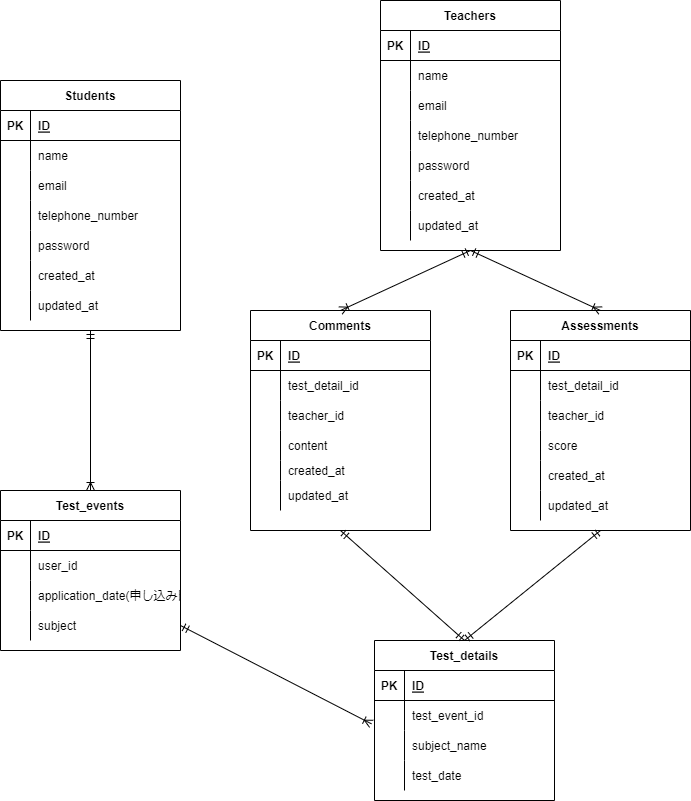
This is 20220710mashita/er3.drawio.png from reth4e/database_practice, a draw.io export, as it was before one commit. Source tidied: cells renumbered, new cells last; positions are measured from the earlier drawing's top-left corner, leaving out a move shared by most shapes.
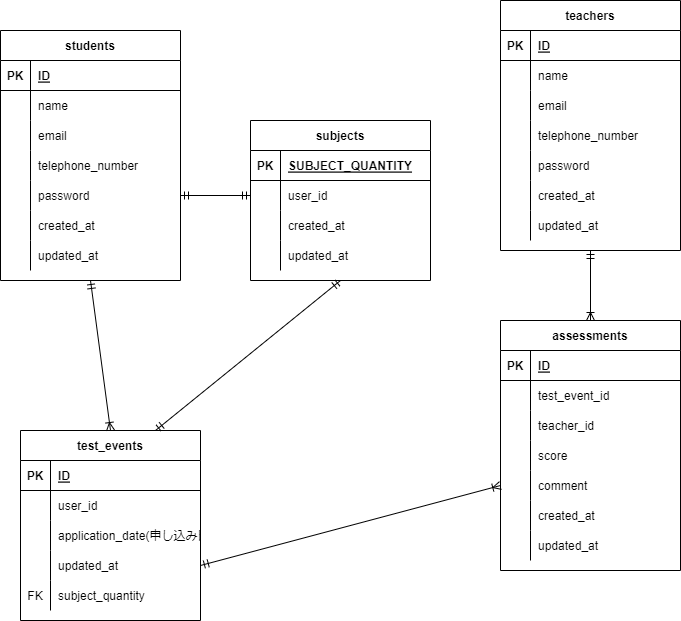
Later version of the same file.

Change to the diagram source:
```diff
@@ -2,8 +2,8 @@
   <root>
     <mxCell id="0" />
     <mxCell id="1" parent="0" />
-    <mxCell id="2" value="Students" style="shape=table;startSize=30;rowLines=0;fontStyle=1;align=center;" parent="1" vertex="1">
-      <mxGeometry y="80" width="180" height="250" as="geometry" />
+    <mxCell id="2" value="students" style="shape=table;startSize=30;rowLines=0;fontStyle=1;align=center;" parent="1" vertex="1">
+      <mxGeometry x="-10" y="30" width="180" height="250" as="geometry" />
     </mxCell>
     <mxCell id="3" style="shape=partialRectangle;fillColor=none;top=0;left=0;bottom=1;right=0;" parent="2" vertex="1">
       <mxGeometry y="30" width="180" height="30" as="geometry" />
@@ -68,8 +68,8 @@
     <mxCell id="23" value="updated_at" style="shape=partialRectangle;fillColor=none;top=0;left=0;bottom=0;right=0;align=left;spacingLeft=6;overflow=hidden;" parent="21" vertex="1">
       <mxGeometry x="30" width="150" height="30" as="geometry" />
     </mxCell>
-    <mxCell id="24" value="Teachers" style="shape=table;startSize=30;rowLines=0;fontStyle=1;align=center;" parent="1" vertex="1">
-      <mxGeometry x="380" width="180" height="250" as="geometry" />
+    <mxCell id="24" value="teachers" style="shape=table;startSize=30;rowLines=0;fontStyle=1;align=center;" parent="1" vertex="1">
+      <mxGeometry x="490" width="180" height="250" as="geometry" />
     </mxCell>
     <mxCell id="25" style="shape=partialRectangle;fillColor=none;top=0;left=0;bottom=1;right=0;" parent="24" vertex="1">
       <mxGeometry y="30" width="180" height="30" as="geometry" />
@@ -134,8 +134,8 @@
     <mxCell id="45" value="updated_at" style="shape=partialRectangle;fillColor=none;top=0;left=0;bottom=0;right=0;align=left;spacingLeft=6;overflow=hidden;" parent="43" vertex="1">
       <mxGeometry x="30" width="150" height="30" as="geometry" />
     </mxCell>
-    <mxCell id="46" value="Test_events" style="shape=table;startSize=30;rowLines=0;fontStyle=1;align=center;" parent="1" vertex="1">
-      <mxGeometry y="490" width="180" height="160" as="geometry" />
+    <mxCell id="46" value="test_events" style="shape=table;startSize=30;rowLines=0;fontStyle=1;align=center;" parent="1" vertex="1">
+      <mxGeometry x="10" y="430" width="180" height="190" as="geometry" />
     </mxCell>
     <mxCell id="47" style="shape=partialRectangle;fillColor=none;top=0;left=0;bottom=1;right=0;" parent="46" vertex="1">
       <mxGeometry y="30" width="180" height="30" as="geometry" />
@@ -164,59 +164,29 @@
     <mxCell id="55" value="application_date(申し込み日時)" style="shape=partialRectangle;fillColor=none;top=0;left=0;bottom=0;right=0;align=left;spacingLeft=6;overflow=hidden;" parent="53" vertex="1">
       <mxGeometry x="30" width="150" height="30" as="geometry" />
     </mxCell>
+    <mxCell id="116" style="shape=partialRectangle;fillColor=none;top=0;left=0;bottom=0;right=0;points=[[0,0.5],[1,0.5]];portConstraint=eastwest;" parent="46" vertex="1">
+      <mxGeometry y="120" width="180" height="30" as="geometry" />
+    </mxCell>
+    <mxCell id="117" style="shape=partialRectangle;fillColor=none;top=0;left=0;bottom=0;right=0;overflow=hidden;" parent="116" vertex="1">
+      <mxGeometry width="30" height="30" as="geometry" />
+    </mxCell>
+    <mxCell id="118" value="updated_at" style="shape=partialRectangle;fillColor=none;top=0;left=0;bottom=0;right=0;align=left;spacingLeft=6;overflow=hidden;" parent="116" vertex="1">
+      <mxGeometry x="30" width="150" height="30" as="geometry" />
+    </mxCell>
     <mxCell id="56" style="shape=partialRectangle;fillColor=none;top=0;left=0;bottom=0;right=0;points=[[0,0.5],[1,0.5]];portConstraint=eastwest;" parent="46" vertex="1">
-      <mxGeometry y="120" width="180" height="30" as="geometry" />
+      <mxGeometry y="150" width="180" height="30" as="geometry" />
     </mxCell>
-    <mxCell id="57" style="shape=partialRectangle;fillColor=none;top=0;left=0;bottom=0;right=0;overflow=hidden;" parent="56" vertex="1">
+    <mxCell id="57" value="FK" style="shape=partialRectangle;fillColor=none;top=0;left=0;bottom=0;right=0;overflow=hidden;" parent="56" vertex="1">
       <mxGeometry width="30" height="30" as="geometry" />
     </mxCell>
-    <mxCell id="58" value="subject" style="shape=partialRectangle;fillColor=none;top=0;left=0;bottom=0;right=0;align=left;spacingLeft=6;overflow=hidden;" parent="56" vertex="1">
+    <mxCell id="58" value="subject_quantity" style="shape=partialRectangle;fillColor=none;top=0;left=0;bottom=0;right=0;align=left;spacingLeft=6;overflow=hidden;" parent="56" vertex="1">
       <mxGeometry x="30" width="150" height="30" as="geometry" />
     </mxCell>
-    <mxCell id="59" value="Test_details" style="shape=table;startSize=30;rowLines=0;fontStyle=1;align=center;" parent="1" vertex="1">
-      <mxGeometry x="374" y="640" width="180" height="160" as="geometry" />
-    </mxCell>
-    <mxCell id="60" style="shape=partialRectangle;fillColor=none;top=0;left=0;bottom=1;right=0;" parent="59" vertex="1">
-      <mxGeometry y="30" width="180" height="30" as="geometry" />
-    </mxCell>
-    <mxCell id="61" value="PK" style="shape=partialRectangle;fillColor=none;top=0;left=0;bottom=0;right=0;fontStyle=1;overflow=hidden;" parent="60" vertex="1">
-      <mxGeometry width="30" height="30" as="geometry" />
-    </mxCell>
-    <mxCell id="62" value="ID" style="shape=partialRectangle;fillColor=none;top=0;left=0;bottom=0;right=0;align=left;spacingLeft=6;fontStyle=5;overflow=hidden;" parent="60" vertex="1">
-      <mxGeometry x="30" width="150" height="30" as="geometry" />
-    </mxCell>
-    <mxCell id="63" style="shape=partialRectangle;fillColor=none;top=0;left=0;bottom=0;right=0;points=[[0,0.5],[1,0.5]];portConstraint=eastwest;" parent="59" vertex="1">
-      <mxGeometry y="60" width="180" height="30" as="geometry" />
-    </mxCell>
-    <mxCell id="64" style="shape=partialRectangle;fillColor=none;top=0;left=0;bottom=0;right=0;overflow=hidden;" parent="63" vertex="1">
-      <mxGeometry width="30" height="30" as="geometry" />
-    </mxCell>
-    <mxCell id="65" value="test_event_id" style="shape=partialRectangle;fillColor=none;top=0;left=0;bottom=0;right=0;align=left;spacingLeft=6;overflow=hidden;" parent="63" vertex="1">
-      <mxGeometry x="30" width="150" height="30" as="geometry" />
-    </mxCell>
-    <mxCell id="66" style="shape=partialRectangle;fillColor=none;top=0;left=0;bottom=0;right=0;" parent="59" vertex="1">
-      <mxGeometry y="90" width="180" height="30" as="geometry" />
-    </mxCell>
-    <mxCell id="67" style="shape=partialRectangle;fillColor=none;top=0;left=0;bottom=0;right=0;overflow=hidden;" parent="66" vertex="1">
-      <mxGeometry width="30" height="30" as="geometry" />
-    </mxCell>
-    <mxCell id="68" value="subject_name" style="shape=partialRectangle;fillColor=none;top=0;left=0;bottom=0;right=0;align=left;spacingLeft=6;overflow=hidden;" parent="66" vertex="1">
-      <mxGeometry x="30" width="150" height="30" as="geometry" />
-    </mxCell>
-    <mxCell id="69" style="shape=partialRectangle;fillColor=none;top=0;left=0;bottom=0;right=0;" parent="59" vertex="1">
-      <mxGeometry y="120" width="180" height="30" as="geometry" />
-    </mxCell>
-    <mxCell id="70" style="shape=partialRectangle;fillColor=none;top=0;left=0;bottom=0;right=0;overflow=hidden;" parent="69" vertex="1">
-      <mxGeometry width="30" height="30" as="geometry" />
-    </mxCell>
-    <mxCell id="71" value="test_date" style="shape=partialRectangle;fillColor=none;top=0;left=0;bottom=0;right=0;align=left;spacingLeft=6;overflow=hidden;" parent="69" vertex="1">
-      <mxGeometry x="30" width="150" height="30" as="geometry" />
-    </mxCell>
     <mxCell id="72" style="fontSize=12;html=1;endArrow=ERoneToMany;startArrow=ERmandOne;exitX=0.5;exitY=1;exitDx=0;exitDy=0;entryX=0.5;entryY=0;entryDx=0;entryDy=0;" parent="1" edge="1" source="2" target="46">
       <mxGeometry relative="1" as="geometry" />
     </mxCell>
-    <mxCell id="73" value="Assessments" style="shape=table;startSize=30;rowLines=0;fontStyle=1;align=center;" parent="1" vertex="1">
-      <mxGeometry x="510" y="310" width="180" height="220" as="geometry" />
+    <mxCell id="73" value="assessments" style="shape=table;startSize=30;rowLines=0;fontStyle=1;align=center;" parent="1" vertex="1">
+      <mxGeometry x="490" y="320" width="180" height="250" as="geometry" />
     </mxCell>
     <mxCell id="74" style="shape=partialRectangle;fillColor=none;top=0;left=0;bottom=1;right=0;" parent="73" vertex="1">
       <mxGeometry y="30" width="180" height="30" as="geometry" />
@@ -233,7 +203,7 @@
     <mxCell id="78" style="shape=partialRectangle;fillColor=none;top=0;left=0;bottom=0;right=0;overflow=hidden;" parent="77" vertex="1">
       <mxGeometry width="30" height="30" as="geometry" />
     </mxCell>
-    <mxCell id="79" value="test_detail_id" style="shape=partialRectangle;fillColor=none;top=0;left=0;bottom=0;right=0;align=left;spacingLeft=6;overflow=hidden;" parent="77" vertex="1">
+    <mxCell id="79" value="test_event_id" style="shape=partialRectangle;fillColor=none;top=0;left=0;bottom=0;right=0;align=left;spacingLeft=6;overflow=hidden;" parent="77" vertex="1">
       <mxGeometry x="30" width="150" height="30" as="geometry" />
     </mxCell>
     <mxCell id="80" style="shape=partialRectangle;fillColor=none;top=0;left=0;bottom=0;right=0;" parent="73" vertex="1">
@@ -254,8 +224,17 @@
     <mxCell id="85" value="score" style="shape=partialRectangle;fillColor=none;top=0;left=0;bottom=0;right=0;align=left;spacingLeft=6;overflow=hidden;" parent="83" vertex="1">
       <mxGeometry x="30" width="150" height="30" as="geometry" />
     </mxCell>
+    <mxCell id="115" style="shape=partialRectangle;fillColor=none;top=0;left=0;bottom=0;right=0;points=[[0,0.5],[1,0.5]];portConstraint=eastwest;" parent="73" vertex="1">
+      <mxGeometry y="150" width="180" height="30" as="geometry" />
+    </mxCell>
+    <mxCell id="119" style="shape=partialRectangle;fillColor=none;top=0;left=0;bottom=0;right=0;overflow=hidden;" parent="115" vertex="1">
+      <mxGeometry width="30" height="30" as="geometry" />
+    </mxCell>
+    <mxCell id="120" value="comment" style="shape=partialRectangle;fillColor=none;top=0;left=0;bottom=0;right=0;align=left;spacingLeft=6;overflow=hidden;" parent="115" vertex="1">
+      <mxGeometry x="30" width="150" height="30" as="geometry" />
+    </mxCell>
     <mxCell id="86" style="shape=partialRectangle;fillColor=none;top=0;left=0;bottom=0;right=0;" parent="73" vertex="1">
-      <mxGeometry y="150" width="180" height="30" as="geometry" />
+      <mxGeometry y="180" width="180" height="30" as="geometry" />
     </mxCell>
     <mxCell id="87" style="shape=partialRectangle;fillColor=none;top=0;left=0;bottom=0;right=0;overflow=hidden;" parent="86" vertex="1">
       <mxGeometry width="30" height="30" as="geometry" />
@@ -264,7 +243,7 @@
       <mxGeometry x="30" width="150" height="30" as="geometry" />
     </mxCell>
     <mxCell id="89" style="shape=partialRectangle;fillColor=none;top=0;left=0;bottom=0;right=0;" parent="73" vertex="1">
-      <mxGeometry y="180" width="180" height="30" as="geometry" />
+      <mxGeometry y="210" width="180" height="30" as="geometry" />
     </mxCell>
     <mxCell id="90" style="shape=partialRectangle;fillColor=none;top=0;left=0;bottom=0;right=0;overflow=hidden;" parent="89" vertex="1">
       <mxGeometry width="30" height="30" as="geometry" />
@@ -275,74 +254,53 @@
     <mxCell id="92" style="fontSize=12;html=1;endArrow=ERoneToMany;startArrow=ERmandOne;exitX=0.5;exitY=1;exitDx=0;exitDy=0;entryX=0.5;entryY=0;entryDx=0;entryDy=0;" parent="1" edge="1" source="24" target="73">
       <mxGeometry relative="1" as="geometry" />
     </mxCell>
-    <mxCell id="93" value="Comments" style="shape=table;startSize=30;rowLines=0;fontStyle=1;align=center;" parent="1" vertex="1">
-      <mxGeometry x="250" y="310" width="180" height="220" as="geometry" />
-    </mxCell>
-    <mxCell id="94" style="shape=partialRectangle;fillColor=none;top=0;left=0;bottom=1;right=0;" parent="93" vertex="1">
-      <mxGeometry y="30" width="180" height="30" as="geometry" />
-    </mxCell>
-    <mxCell id="95" value="PK" style="shape=partialRectangle;fillColor=none;top=0;left=0;bottom=0;right=0;fontStyle=1;overflow=hidden;" parent="94" vertex="1">
-      <mxGeometry width="30" height="30" as="geometry" />
-    </mxCell>
-    <mxCell id="96" value="ID" style="shape=partialRectangle;fillColor=none;top=0;left=0;bottom=0;right=0;align=left;spacingLeft=6;fontStyle=5;overflow=hidden;" parent="94" vertex="1">
-      <mxGeometry x="30" width="150" height="30" as="geometry" />
-    </mxCell>
-    <mxCell id="97" style="shape=partialRectangle;fillColor=none;top=0;left=0;bottom=0;right=0;" parent="93" vertex="1">
-      <mxGeometry y="60" width="180" height="30" as="geometry" />
-    </mxCell>
-    <mxCell id="98" style="shape=partialRectangle;fillColor=none;top=0;left=0;bottom=0;right=0;overflow=hidden;" parent="97" vertex="1">
-      <mxGeometry width="30" height="30" as="geometry" />
-    </mxCell>
-    <mxCell id="99" value="test_detail_id" style="shape=partialRectangle;fillColor=none;top=0;left=0;bottom=0;right=0;align=left;spacingLeft=6;overflow=hidden;" parent="97" vertex="1">
-      <mxGeometry x="30" width="150" height="30" as="geometry" />
-    </mxCell>
-    <mxCell id="100" style="shape=partialRectangle;fillColor=none;top=0;left=0;bottom=0;right=0;" parent="93" vertex="1">
-      <mxGeometry y="90" width="180" height="30" as="geometry" />
-    </mxCell>
-    <mxCell id="101" style="shape=partialRectangle;fillColor=none;top=0;left=0;bottom=0;right=0;overflow=hidden;" parent="100" vertex="1">
-      <mxGeometry width="30" height="30" as="geometry" />
-    </mxCell>
-    <mxCell id="102" value="teacher_id" style="shape=partialRectangle;fillColor=none;top=0;left=0;bottom=0;right=0;align=left;spacingLeft=6;overflow=hidden;" parent="100" vertex="1">
-      <mxGeometry x="30" width="150" height="30" as="geometry" />
-    </mxCell>
-    <mxCell id="103" style="shape=partialRectangle;fillColor=none;top=0;left=0;bottom=0;right=0;" parent="93" vertex="1">
-      <mxGeometry y="120" width="180" height="30" as="geometry" />
-    </mxCell>
-    <mxCell id="104" style="shape=partialRectangle;fillColor=none;top=0;left=0;bottom=0;right=0;overflow=hidden;" parent="103" vertex="1">
-      <mxGeometry width="30" height="30" as="geometry" />
-    </mxCell>
-    <mxCell id="105" value="content" style="shape=partialRectangle;fillColor=none;top=0;left=0;bottom=0;right=0;align=left;spacingLeft=6;overflow=hidden;" parent="103" vertex="1">
-      <mxGeometry x="30" width="150" height="30" as="geometry" />
-    </mxCell>
-    <mxCell id="106" style="shape=partialRectangle;fillColor=none;top=0;left=0;bottom=0;right=0;" parent="93" vertex="1">
-      <mxGeometry y="150" width="180" height="20" as="geometry" />
-    </mxCell>
-    <mxCell id="107" style="shape=partialRectangle;fillColor=none;top=0;left=0;bottom=0;right=0;overflow=hidden;" parent="106" vertex="1">
-      <mxGeometry width="30" height="20" as="geometry" />
-    </mxCell>
+    <mxCell id="121" value="subjects" style="shape=table;startSize=30;rowLines=0;fontStyle=1;align=center;" parent="1" vertex="1">
+      <mxGeometry x="240" y="120" width="180" height="160" as="geometry" />
+    </mxCell>
+    <mxCell id="122" style="shape=partialRectangle;fillColor=none;top=0;left=0;bottom=1;right=0;" parent="121" vertex="1">
+      <mxGeometry y="30" width="180" height="30" as="geometry" />
+    </mxCell>
+    <mxCell id="123" value="PK" style="shape=partialRectangle;fillColor=none;top=0;left=0;bottom=0;right=0;fontStyle=1;overflow=hidden;" parent="122" vertex="1">
+      <mxGeometry width="30" height="30" as="geometry" />
+    </mxCell>
+    <mxCell id="124" value="SUBJECT_QUANTITY" style="shape=partialRectangle;fillColor=none;top=0;left=0;bottom=0;right=0;align=left;spacingLeft=6;fontStyle=5;overflow=hidden;" parent="122" vertex="1">
+      <mxGeometry x="30" width="150" height="30" as="geometry" />
+    </mxCell>
+    <mxCell id="125" style="shape=partialRectangle;fillColor=none;top=0;left=0;bottom=0;right=0;points=[[0,0.5],[1,0.5]];portConstraint=eastwest;" parent="121" vertex="1">
+      <mxGeometry y="60" width="180" height="30" as="geometry" />
+    </mxCell>
+    <mxCell id="126" style="shape=partialRectangle;fillColor=none;top=0;left=0;bottom=0;right=0;overflow=hidden;" parent="125" vertex="1">
+      <mxGeometry width="30" height="30" as="geometry" />
+    </mxCell>
+    <mxCell id="127" value="user_id" style="shape=partialRectangle;fillColor=none;top=0;left=0;bottom=0;right=0;align=left;spacingLeft=6;overflow=hidden;" parent="125" vertex="1">
+      <mxGeometry x="30" width="150" height="30" as="geometry" />
+    </mxCell>
+    <mxCell id="128" style="shape=partialRectangle;fillColor=none;top=0;left=0;bottom=0;right=0;" parent="121" vertex="1">
+      <mxGeometry y="90" width="180" height="30" as="geometry" />
+    </mxCell>
+    <mxCell id="129" style="shape=partialRectangle;fillColor=none;top=0;left=0;bottom=0;right=0;overflow=hidden;" parent="128" vertex="1">
+      <mxGeometry width="30" height="30" as="geometry" />
+    </mxCell>
-    <mxCell id="108" value="created_at" style="shape=partialRectangle;fillColor=none;top=0;left=0;bottom=0;right=0;align=left;spacingLeft=6;overflow=hidden;" parent="106" vertex="1">
-      <mxGeometry x="30" width="150" height="20" as="geometry" />
+    <mxCell id="108" value="created_at" style="shape=partialRectangle;fillColor=none;top=0;left=0;bottom=0;right=0;align=left;spacingLeft=6;overflow=hidden;" parent="128" vertex="1">
+      <mxGeometry x="30" width="150" height="30" as="geometry" />
     </mxCell>
-    <mxCell id="109" style="shape=partialRectangle;fillColor=none;top=0;left=0;bottom=0;right=0;" parent="93" vertex="1">
-      <mxGeometry y="170" width="180" height="30" as="geometry" />
-    </mxCell>
-    <mxCell id="110" style="shape=partialRectangle;fillColor=none;top=0;left=0;bottom=0;right=0;overflow=hidden;" parent="109" vertex="1">
-      <mxGeometry width="30" height="30" as="geometry" />
-    </mxCell>
-    <mxCell id="111" value="updated_at" style="shape=partialRectangle;fillColor=none;top=0;left=0;bottom=0;right=0;align=left;spacingLeft=6;overflow=hidden;" parent="109" vertex="1">
-      <mxGeometry x="30" width="150" height="30" as="geometry" />
-    </mxCell>
-    <mxCell id="112" style="fontSize=12;html=1;endArrow=ERoneToMany;startArrow=ERmandOne;entryX=0.5;entryY=0;entryDx=0;entryDy=0;exitX=0.5;exitY=1;exitDx=0;exitDy=0;" parent="1" edge="1" source="24" target="93">
-      <mxGeometry relative="1" as="geometry" />
-    </mxCell>
-    <mxCell id="113" style="fontSize=12;html=1;endArrow=ERoneToMany;startArrow=ERmandOne;exitX=1;exitY=0.5;exitDx=0;exitDy=0;entryX=-0.017;entryY=0.778;entryDx=0;entryDy=0;entryPerimeter=0;" parent="1" edge="1" source="56" target="63">
-      <mxGeometry relative="1" as="geometry" />
-    </mxCell>
-    <mxCell id="114" style="fontSize=12;html=1;endArrow=ERmandOne;startArrow=ERmandOne;entryX=0.5;entryY=1;entryDx=0;entryDy=0;exitX=0.5;exitY=0;exitDx=0;exitDy=0;" parent="1" edge="1" source="59" target="73">
-      <mxGeometry relative="1" as="geometry" />
-    </mxCell>
-    <mxCell id="115" style="fontSize=12;html=1;endArrow=ERmandOne;startArrow=ERmandOne;exitX=0.5;exitY=0;exitDx=0;exitDy=0;entryX=0.5;entryY=1;entryDx=0;entryDy=0;" parent="1" edge="1" source="59" target="93">
-      <mxGeometry relative="1" as="geometry" />
-    </mxCell>
+    <mxCell id="130" style="shape=partialRectangle;fillColor=none;top=0;left=0;bottom=0;right=0;" parent="121" vertex="1">
+      <mxGeometry y="120" width="180" height="30" as="geometry" />
+    </mxCell>
+    <mxCell id="131" style="shape=partialRectangle;fillColor=none;top=0;left=0;bottom=0;right=0;overflow=hidden;" parent="130" vertex="1">
+      <mxGeometry width="30" height="30" as="geometry" />
+    </mxCell>
+    <mxCell id="132" value="updated_at" style="shape=partialRectangle;fillColor=none;top=0;left=0;bottom=0;right=0;align=left;spacingLeft=6;overflow=hidden;" parent="130" vertex="1">
+      <mxGeometry x="30" width="150" height="30" as="geometry" />
+    </mxCell>
+    <mxCell id="133" style="fontSize=12;html=1;endArrow=ERmandOne;startArrow=ERmandOne;exitX=1;exitY=0.5;exitDx=0;exitDy=0;entryX=0;entryY=0.5;entryDx=0;entryDy=0;" parent="1" edge="1" source="15" target="125">
+      <mxGeometry relative="1" as="geometry" />
+    </mxCell>
+    <mxCell id="134" style="fontSize=12;html=1;endArrow=ERmandOne;startArrow=ERmandOne;entryX=0.5;entryY=1;entryDx=0;entryDy=0;exitX=0.75;exitY=0;exitDx=0;exitDy=0;" parent="1" edge="1" source="46" target="121">
+      <mxGeometry relative="1" as="geometry" />
+    </mxCell>
+    <mxCell id="135" style="fontSize=12;html=1;endArrow=ERoneToMany;startArrow=ERmandOne;exitX=1;exitY=0.5;exitDx=0;exitDy=0;entryX=0;entryY=0.5;entryDx=0;entryDy=0;" parent="1" edge="1" source="116" target="115">
+      <mxGeometry relative="1" as="geometry" />
+    </mxCell>
   </root>
 </mxGraphModel>
```
